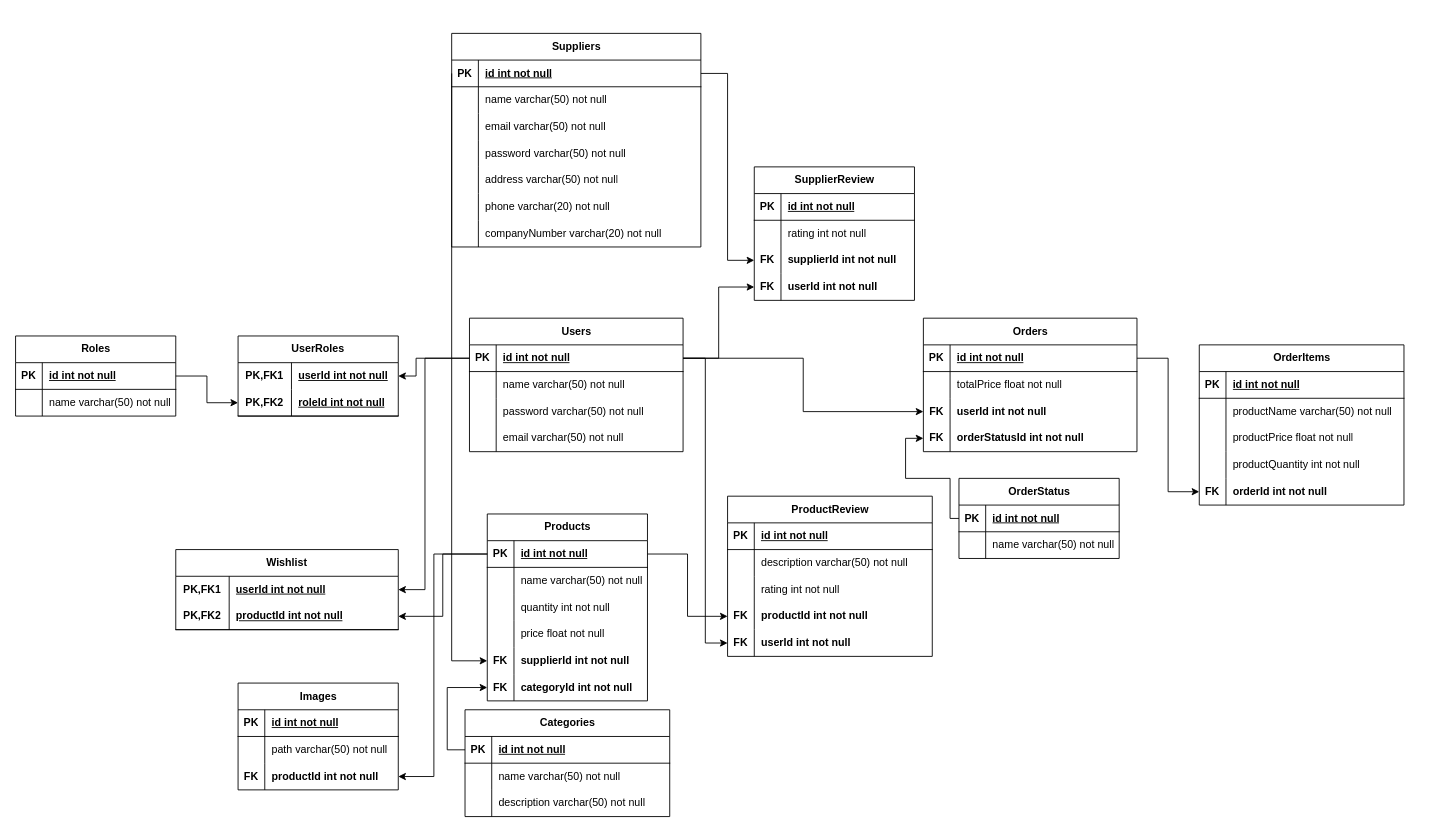
Above: Untitled Diagram.drawio in Qnkisa/GreenHammerER (draw.io), before the change. Source tidied: cells renumbered, new cells numbered last; positions are measured from the earlier drawing's top-left corner, leaving out a move shared by most shapes. Both pictures are drawn from the tidied source at 89%, with x=0, y=0 at pixel (15, 33).
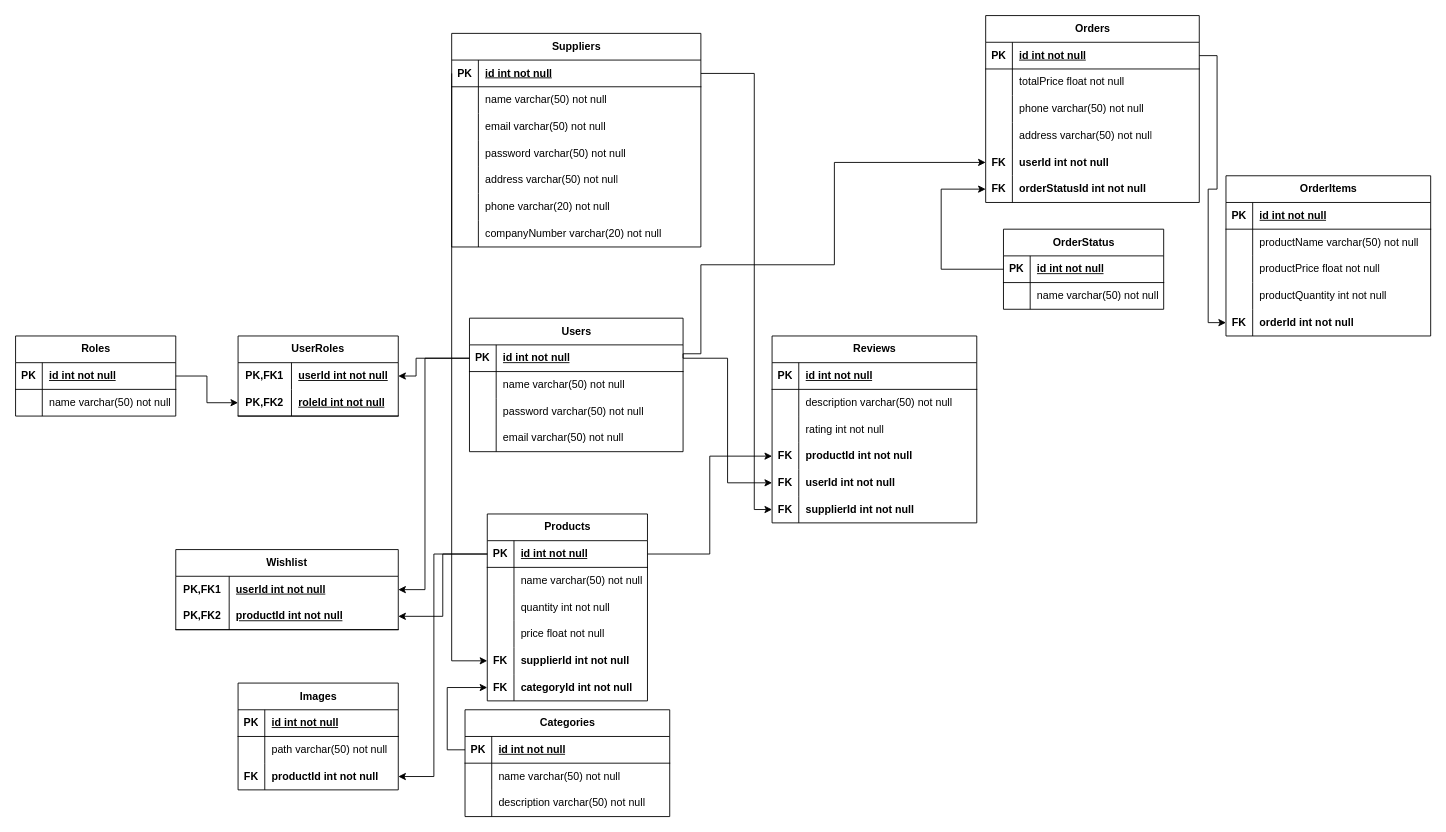
After the change.

Unchanged cells that the change refers to:
```xml
<mxCell id="3" style="shape=tableRow;horizontal=0;startSize=0;swimlaneHead=0;swimlaneBody=0;fillColor=none;points=[[0,0.5],[1,0.5]];portConstraint=eastwest;top=0;left=0;right=0;bottom=1;" parent="2" vertex="1">
  <mxGeometry y="30" width="240" height="30" as="geometry" />
</mxCell>
<mxCell id="30" style="shape=tableRow;horizontal=0;startSize=0;swimlaneHead=0;swimlaneBody=0;fillColor=none;points=[[0,0.5],[1,0.5]];portConstraint=eastwest;top=0;left=0;right=0;bottom=1;" parent="29" vertex="1">
  <mxGeometry y="30" width="280" height="30" as="geometry" />
</mxCell>
<mxCell id="127" style="shape=tableRow;horizontal=0;startSize=0;swimlaneHead=0;swimlaneBody=0;fillColor=none;points=[[0,0.5],[1,0.5]];portConstraint=eastwest;top=0;left=0;right=0;bottom=1;" parent="126" vertex="1">
  <mxGeometry y="30" width="180" height="30" as="geometry" />
</mxCell>
```

Change to the diagram source:
```diff
@@
-    <mxCell id="80" value="SupplierReview" style="shape=table;startSize=30;childLayout=tableLayout;rowLines=0;fontStyle=1;align=center;html=1;" parent="1" vertex="1">
-      <mxGeometry x="830" y="150" width="180" height="150" as="geometry" />
-    </mxCell>
-    <mxCell id="81" style="shape=tableRow;horizontal=0;startSize=0;swimlaneHead=0;swimlaneBody=0;fillColor=none;top=0;left=0;right=0;bottom=1;" parent="80" vertex="1">
-      <mxGeometry y="30" width="180" height="30" as="geometry" />
-    </mxCell>
-    <mxCell id="82" value="PK" style="shape=partialRectangle;fillColor=none;top=0;left=0;bottom=0;right=0;fontStyle=1;overflow=hidden;whiteSpace=wrap;html=1;" parent="81" vertex="1">
-      <mxGeometry width="30" height="30" as="geometry" />
-    </mxCell>
-    <mxCell id="83" value="id int not null" style="shape=partialRectangle;fillColor=none;top=0;left=0;bottom=0;right=0;align=left;spacingLeft=6;fontStyle=5;overflow=hidden;whiteSpace=wrap;html=1;" parent="81" vertex="1">
-      <mxGeometry x="30" width="150" height="30" as="geometry" />
-    </mxCell>
-    <mxCell id="84" style="shape=tableRow;horizontal=0;startSize=0;swimlaneHead=0;swimlaneBody=0;fillColor=none;top=0;left=0;right=0;bottom=0;" parent="80" vertex="1">
-      <mxGeometry y="60" width="180" height="30" as="geometry" />
-    </mxCell>
-    <mxCell id="85" style="shape=partialRectangle;fillColor=none;top=0;left=0;bottom=0;right=0;overflow=hidden;whiteSpace=wrap;html=1;" parent="84" vertex="1">
-      <mxGeometry width="30" height="30" as="geometry" />
-    </mxCell>
-    <mxCell id="86" value="rating int not null" style="shape=partialRectangle;fillColor=none;top=0;left=0;bottom=0;right=0;align=left;spacingLeft=6;overflow=hidden;whiteSpace=wrap;html=1;" parent="84" vertex="1">
-      <mxGeometry x="30" width="150" height="30" as="geometry" />
-    </mxCell>
-    <mxCell id="87" style="shape=tableRow;horizontal=0;startSize=0;swimlaneHead=0;swimlaneBody=0;fillColor=none;points=[[0,0.5],[1,0.5]];portConstraint=eastwest;top=0;left=0;right=0;bottom=0;" parent="80" vertex="1">
-      <mxGeometry y="90" width="180" height="30" as="geometry" />
-    </mxCell>
-    <mxCell id="88" value="&lt;b&gt;FK&lt;/b&gt;" style="shape=partialRectangle;fillColor=none;top=0;left=0;bottom=0;right=0;overflow=hidden;whiteSpace=wrap;html=1;" parent="87" vertex="1">
-      <mxGeometry width="30" height="30" as="geometry" />
-    </mxCell>
-    <mxCell id="89" value="&lt;b&gt;supplierId int not null&lt;/b&gt;" style="shape=partialRectangle;fillColor=none;top=0;left=0;bottom=0;right=0;align=left;spacingLeft=6;overflow=hidden;whiteSpace=wrap;html=1;" parent="87" vertex="1">
-      <mxGeometry x="30" width="150" height="30" as="geometry" />
-    </mxCell>
-    <mxCell id="90" style="shape=tableRow;horizontal=0;startSize=0;swimlaneHead=0;swimlaneBody=0;fillColor=none;points=[[0,0.5],[1,0.5]];portConstraint=eastwest;top=0;left=0;right=0;bottom=0;" parent="80" vertex="1">
-      <mxGeometry y="120" width="180" height="30" as="geometry" />
-    </mxCell>
-    <mxCell id="91" value="&lt;b&gt;FK&lt;/b&gt;" style="shape=partialRectangle;fillColor=none;top=0;left=0;bottom=0;right=0;overflow=hidden;whiteSpace=wrap;html=1;" parent="90" vertex="1">
-      <mxGeometry width="30" height="30" as="geometry" />
-    </mxCell>
-    <mxCell id="92" value="&lt;b&gt;userId int not null&lt;/b&gt;" style="shape=partialRectangle;fillColor=none;top=0;left=0;bottom=0;right=0;align=left;spacingLeft=6;overflow=hidden;whiteSpace=wrap;html=1;" parent="90" vertex="1">
-      <mxGeometry x="30" width="150" height="30" as="geometry" />
-    </mxCell>
-    <mxCell id="93" value="ProductReview" style="shape=table;startSize=30;childLayout=tableLayout;rowLines=0;fontStyle=1;align=center;html=1;" parent="1" vertex="1">
-      <mxGeometry x="800" y="520" width="230" height="180" as="geometry" />
+    <mxCell id="93" value="Reviews" style="shape=table;startSize=30;childLayout=tableLayout;rowLines=0;fontStyle=1;align=center;html=1;" parent="1" vertex="1">
+      <mxGeometry x="850" y="340" width="230" height="210" as="geometry" />
     </mxCell>
@@
+    <mxCell id="176" style="shape=tableRow;horizontal=0;startSize=0;swimlaneHead=0;swimlaneBody=0;fillColor=none;points=[[0,0.5],[1,0.5]];portConstraint=eastwest;top=0;left=0;right=0;bottom=0;" parent="93" vertex="1">
+      <mxGeometry y="180" width="230" height="30" as="geometry" />
+    </mxCell>
+    <mxCell id="177" value="&lt;b&gt;FK&lt;/b&gt;" style="shape=partialRectangle;fillColor=none;top=0;left=0;bottom=0;right=0;overflow=hidden;whiteSpace=wrap;html=1;" parent="176" vertex="1">
+      <mxGeometry width="30" height="30" as="geometry" />
+    </mxCell>
+    <mxCell id="89" value="&lt;b&gt;supplierId int not null&lt;/b&gt;" style="shape=partialRectangle;fillColor=none;top=0;left=0;bottom=0;right=0;align=left;spacingLeft=6;overflow=hidden;whiteSpace=wrap;html=1;" parent="176" vertex="1">
+      <mxGeometry x="30" width="200" height="30" as="geometry" />
+    </mxCell>
@@
     <mxCell id="126" value="OrderStatus" style="shape=table;startSize=30;childLayout=tableLayout;rowLines=0;fontStyle=1;align=center;html=1;" parent="1" vertex="1">
-      <mxGeometry x="1060" y="500" width="180" height="90" as="geometry" />
+      <mxGeometry x="1110" y="220" width="180" height="90" as="geometry" />
     </mxCell>
@@
     <mxCell id="133" value="Orders" style="shape=table;startSize=30;childLayout=tableLayout;rowLines=0;fontStyle=1;align=center;html=1;" parent="1" vertex="1">
-      <mxGeometry x="1020" y="320" width="240" height="150" as="geometry" />
+      <mxGeometry x="1090" y="-20" width="240" height="210" as="geometry" />
     </mxCell>
@@
+    <mxCell id="178" style="shape=tableRow;horizontal=0;startSize=0;swimlaneHead=0;swimlaneBody=0;fillColor=none;top=0;left=0;right=0;bottom=0;" parent="133" vertex="1">
+      <mxGeometry y="90" width="240" height="30" as="geometry" />
+    </mxCell>
+    <mxCell id="179" style="shape=partialRectangle;fillColor=none;top=0;left=0;bottom=0;right=0;overflow=hidden;whiteSpace=wrap;html=1;" parent="178" vertex="1">
+      <mxGeometry width="30" height="30" as="geometry" />
+    </mxCell>
+    <mxCell id="180" value="phone varchar(50) not null" style="shape=partialRectangle;fillColor=none;top=0;left=0;bottom=0;right=0;align=left;spacingLeft=6;overflow=hidden;whiteSpace=wrap;html=1;" parent="178" vertex="1">
+      <mxGeometry x="30" width="210" height="30" as="geometry" />
+    </mxCell>
+    <mxCell id="181" style="shape=tableRow;horizontal=0;startSize=0;swimlaneHead=0;swimlaneBody=0;fillColor=none;top=0;left=0;right=0;bottom=0;" parent="133" vertex="1">
+      <mxGeometry y="120" width="240" height="30" as="geometry" />
+    </mxCell>
+    <mxCell id="182" style="shape=partialRectangle;fillColor=none;top=0;left=0;bottom=0;right=0;overflow=hidden;whiteSpace=wrap;html=1;" parent="181" vertex="1">
+      <mxGeometry width="30" height="30" as="geometry" />
+    </mxCell>
+    <mxCell id="183" value="address varchar(50) not null" style="shape=partialRectangle;fillColor=none;top=0;left=0;bottom=0;right=0;align=left;spacingLeft=6;overflow=hidden;whiteSpace=wrap;html=1;" parent="181" vertex="1">
+      <mxGeometry x="30" width="210" height="30" as="geometry" />
+    </mxCell>
     <mxCell id="140" style="shape=tableRow;horizontal=0;startSize=0;swimlaneHead=0;swimlaneBody=0;fillColor=none;points=[[0,0.5],[1,0.5]];portConstraint=eastwest;top=0;left=0;right=0;bottom=0;" parent="133" vertex="1">
-      <mxGeometry y="90" width="240" height="30" as="geometry" />
+      <mxGeometry y="150" width="240" height="30" as="geometry" />
     </mxCell>
@@
     <mxCell id="143" style="shape=tableRow;horizontal=0;startSize=0;swimlaneHead=0;swimlaneBody=0;fillColor=none;points=[[0,0.5],[1,0.5]];portConstraint=eastwest;top=0;left=0;right=0;bottom=0;" parent="133" vertex="1">
-      <mxGeometry y="120" width="240" height="30" as="geometry" />
+      <mxGeometry y="180" width="240" height="30" as="geometry" />
     </mxCell>
@@
     <mxCell id="146" value="OrderItems" style="shape=table;startSize=30;childLayout=tableLayout;rowLines=0;fontStyle=1;align=center;html=1;" parent="1" vertex="1">
-      <mxGeometry x="1330" y="350" width="230" height="180" as="geometry" />
+      <mxGeometry x="1360" y="160" width="230" height="180" as="geometry" />
     </mxCell>
@@
-    <mxCell id="166" style="edgeStyle=orthogonalEdgeStyle;rounded=0;jettySize=auto;html=1;exitX=1;exitY=0.5;exitDx=0;exitDy=0;entryX=0;entryY=0.5;entryDx=0;entryDy=0;" parent="1" edge="1" source="30" target="87">
-      <mxGeometry relative="1" as="geometry" />
-    </mxCell>
-    <mxCell id="167" style="edgeStyle=orthogonalEdgeStyle;rounded=0;jettySize=auto;html=1;exitX=1;exitY=0.5;exitDx=0;exitDy=0;entryX=0;entryY=0.5;entryDx=0;entryDy=0;" parent="1" edge="1" source="3" target="90">
-      <mxGeometry relative="1" as="geometry" />
-    </mxCell>
@@
+    <mxCell id="184" style="edgeStyle=orthogonalEdgeStyle;rounded=0;jettySize=auto;html=1;exitX=1;exitY=0.5;exitDx=0;exitDy=0;entryX=0;entryY=0.5;entryDx=0;entryDy=0;" parent="1" edge="1" source="30" target="176">
+      <mxGeometry relative="1" as="geometry">
+        <Array as="points">
+          <mxPoint x="830" y="45" />
+          <mxPoint x="830" y="535" />
+        </Array>
+      </mxGeometry>
+    </mxCell>
     <mxCell id="174" style="edgeStyle=orthogonalEdgeStyle;rounded=0;jettySize=auto;html=1;exitX=1;exitY=0.5;exitDx=0;exitDy=0;entryX=0;entryY=0.5;entryDx=0;entryDy=0;" parent="1" edge="1" source="3" target="140">
-      <mxGeometry relative="1" as="geometry" />
+      <mxGeometry relative="1" as="geometry">
+        <Array as="points">
+          <mxPoint x="750" y="360" />
+          <mxPoint x="770" y="360" />
+          <mxPoint x="770" y="260" />
+          <mxPoint x="920" y="260" />
+          <mxPoint x="920" y="145" />
+        </Array>
+      </mxGeometry>
     </mxCell>
     <mxCell id="175" style="edgeStyle=orthogonalEdgeStyle;rounded=0;jettySize=auto;html=1;exitX=0;exitY=0.5;exitDx=0;exitDy=0;entryX=0;entryY=0.5;entryDx=0;entryDy=0;" parent="1" edge="1" source="127" target="143">
       <mxGeometry relative="1" as="geometry">
         <Array as="points">
-          <mxPoint x="1050" y="545" />
-          <mxPoint x="1050" y="500" />
-          <mxPoint x="1000" y="500" />
-          <mxPoint x="1000" y="455" />
+          <mxPoint x="1040" y="265" />
+          <mxPoint x="1040" y="175" />
         </Array>
       </mxGeometry>
     </mxCell>
```
